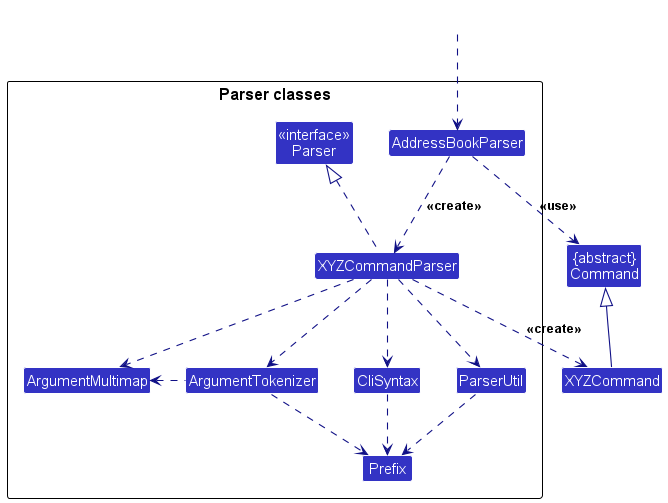
Above: docs/images/ParserClasses.png in nus-cs2103-AY2425S1/tp (PlantUML), before the change.
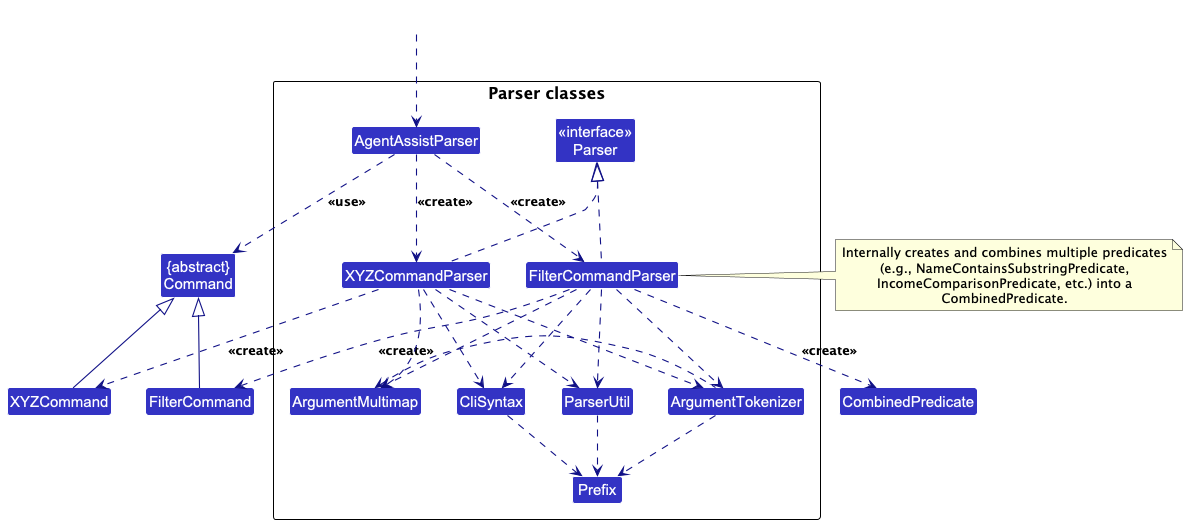
After the commit.

Change to the diagram source:
```diff
@@ -6,11 +6,14 @@
 
 Class "{abstract}\nCommand" as Command
 Class XYZCommand
+Class FilterCommand
+Class CombinedPredicate
 
 package "Parser classes"{
 Class "<<interface>>\nParser" as Parser
-Class AddressBookParser
+Class AgentAssistParser
 Class XYZCommandParser
+Class FilterCommandParser
 Class CliSyntax
 Class ParserUtil
 Class ArgumentMultimap
@@ -19,20 +22,37 @@
 }
 
 Class HiddenOutside #FFFFFF
-HiddenOutside ..> AddressBookParser
+HiddenOutside ..> AgentAssistParser
 
-AddressBookParser .down.> XYZCommandParser: <<create>>
+AgentAssistParser .down.> XYZCommandParser: <<create>>
+AgentAssistParser .down.> FilterCommandParser: <<create>>
 
 XYZCommandParser ..> XYZCommand : <<create>>
-AddressBookParser ..> Command : <<use>>
+FilterCommandParser ..> FilterCommand : <<create>>
+FilterCommandParser ..> CombinedPredicate : <<create>>
+AgentAssistParser ..> Command : <<use>>
 XYZCommandParser .up.|> Parser
 XYZCommandParser ..> ArgumentMultimap
 XYZCommandParser ..> ArgumentTokenizer
+FilterCommandParser .up.|> Parser
+FilterCommandParser ..> ArgumentMultimap
+FilterCommandParser ..> ArgumentTokenizer
 ArgumentTokenizer .left.> ArgumentMultimap
 XYZCommandParser ..> CliSyntax
+FilterCommandParser ..> CliSyntax
 CliSyntax ..> Prefix
 XYZCommandParser ..> ParserUtil
+FilterCommandParser ..> ParserUtil
 ParserUtil .down.> Prefix
 ArgumentTokenizer .down.> Prefix
 XYZCommand -up-|> Command
+FilterCommand -up-|> Command
+
+note right of FilterCommandParser
+Internally creates and combines multiple predicates
+(e.g., NameContainsSubstringPredicate,
+IncomeComparisonPredicate, etc.) into a
+CombinedPredicate.
+end note
+
 @enduml
```
